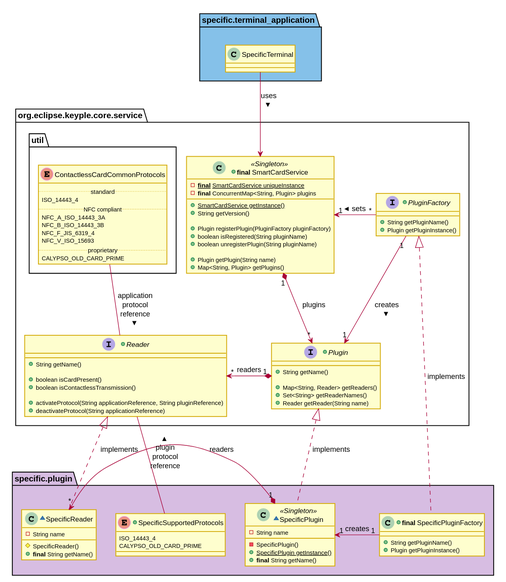
The PlantUML diagram media/architecture/KeypleCore_Reader_ClassDiag_SpecificPluginFactoryAndProtocol_1_0_0.svg in yvonneyam/keyple-website, before a commit. The source it was exported from:
```plantuml
@startuml
skinparam ClassBorderColor #D4AC0D
skinparam stereotypeABorderColor #A9DCDF
skinparam stereotypeIBorderColor #B4A7E5
skinparam stereotypeCBorderColor #ADD1B2
skinparam stereotypeEBorderColor #EB93DF
skinparam shadowing false

skinparam StateBorderColor #D4AC0D
skinparam ActivityBorderColor #D4AC0D

skinparam ClassBackgroundColor<<red>> #FDEDEC
skinparam ClassBorderColor<<red>> #E74C3C
hide <<red>> stereotype
skinparam ClassBackgroundColor<<purple>> #F4ECF7
skinparam ClassBorderColor<<purple>> #8E44AD
hide <<purple>> stereotype
skinparam ClassBackgroundColor<<blue>> #EBF5FB
skinparam ClassBorderColor<<blue>> #3498DB
hide <<blue>> stereotype
skinparam ClassBackgroundColor<<green>> #EAFAF1
skinparam ClassBorderColor<<green>> #2ECC71
hide <<green>> stereotype

skinparam ClassBackgroundColor<<orange>> #FDF2E9
skinparam ClassBorderColor<<orange>> #E67E22
hide <<orange>> stereotype

skinparam ClassBackgroundColor<<grey>> #EAECEE
skinparam ClassBorderColor<<grey>> #2C3E50
hide <<grey>> stereotype

package specific.terminal_application #85C1E9 {
  class SpecificTerminal
}

package org.eclipse.keyple.core.service #FFFFFF {
+class "<b>final</b> SmartCardService" as SmartCardService << Singleton >> {
  -<b>final</b> {static}SmartCardService uniqueInstance
  -<b>final</b> ConcurrentMap<String, Plugin> plugins
  +{static}SmartCardService getInstance()
  +String getVersion()

  +Plugin registerPlugin(PluginFactory pluginFactory)
  +boolean isRegistered(String pluginName)
  +boolean unregisterPlugin(String pluginName)

  +Plugin getPlugin(String name)
  +Map<String, Plugin> getPlugins()
}
+interface Plugin {
  +String getName()

  +Map<String, Reader> getReaders()
  +Set<String> getReaderNames()
  +Reader getReader(String name)
}
+interface Reader {
  +String getName()

  +boolean isCardPresent()
  +boolean isContactlessTransmission()

  +activateProtocol(String applicationReference, String pluginReference)
  +deactivateProtocol(String applicationReference)
}
+interface PluginFactory {
  +String getPluginName()
  +Plugin getPluginInstance()
}

    package util #FFFFFF {
enum ContactlessCardCommonProtocols {
.. standard ..
  ISO_14443_4
.. NFC compliant ..
  NFC_A_ISO_14443_3A
  NFC_B_ISO_14443_3B
  NFC_F_JIS_6319_4
  NFC_V_ISO_15693
.. proprietary ..
  CALYPSO_OLD_CARD_PRIME
}
    }

    SmartCardService "1" *-down-> "*" Plugin : plugins
    Plugin "1" *-left-> "*" Reader : readers
    ContactlessCardCommonProtocols -right[hidden]- SmartCardService
    ContactlessCardCommonProtocols -down- Reader : application\nprotocol\nreference >

  SmartCardService "1" <-right- "*" PluginFactory : sets <
  PluginFactory "1" --> "1" Plugin : creates >
}

package specific.plugin #D7BDE2 {
  +enum SpecificSupportedProtocols {
    ISO_14443_4
    CALYPSO_OLD_CARD_PRIME
  }


  +class "<b>final</b> SpecificPluginFactory" as SpecificPluginFactory {
    +String getPluginName()
    +Plugin getPluginInstance()
  }

  ~class SpecificPlugin << Singleton >> {
    -String name
    -SpecificPlugin()
    +{static} SpecificPlugin getInstance()
    +<b>final</b> String getName()
  }

  ~class SpecificReader {
    -String name
    #SpecificReader()
    +<b>final</b> String getName()
  }

  SpecificPluginFactory "1" -right-> "1" SpecificPlugin : creates
  SpecificPlugin "1" *-right-> "*" SpecificReader : readers
  SpecificSupportedProtocols -left[hidden]- SpecificReader
}
SpecificTerminal -down-> SmartCardService : uses >

Plugin <|.down. SpecificPlugin : implements
Reader <|.down. SpecificReader : implements
PluginFactory <|.down. SpecificPluginFactory : implements
Reader -- SpecificSupportedProtocols : plugin\nprotocol\nreference <
@enduml
```
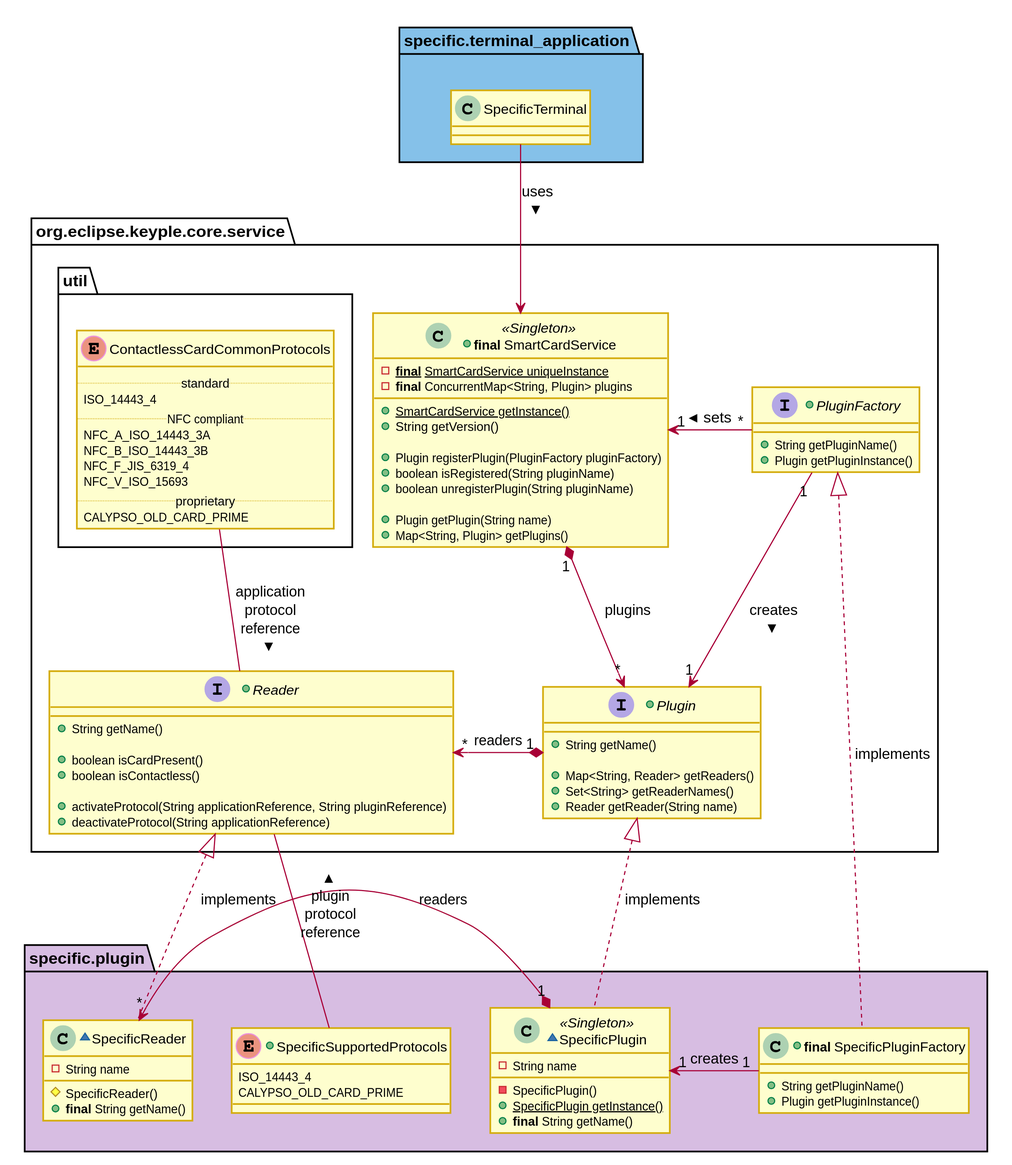
Later version of the same file.

The edit, as a diff of the source:
```diff
@@ -59,7 +59,7 @@
   +String getName()
 
   +boolean isCardPresent()
-  +boolean isContactlessTransmission()
+  +boolean isContactless()
 
   +activateProtocol(String applicationReference, String pluginReference)
   +deactivateProtocol(String applicationReference)
```
